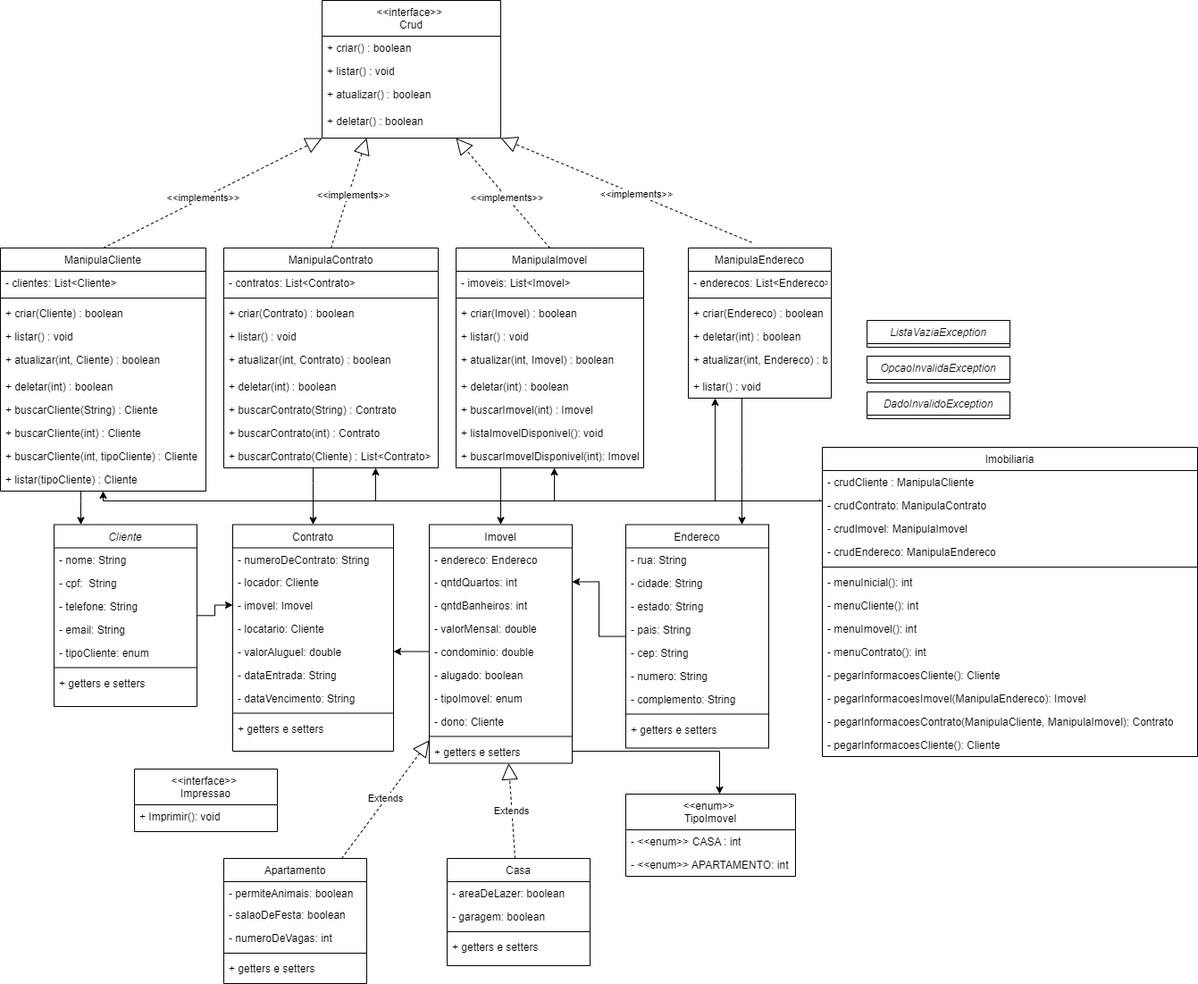
The draw.io diagram nosso-diagrama.drawio.png in uLinck/vemser-trabalho-final, before a commit. Source tidied: cells renumbered, new cells last; positions are measured from the earlier drawing's top-left corner, leaving out a move shared by most shapes.
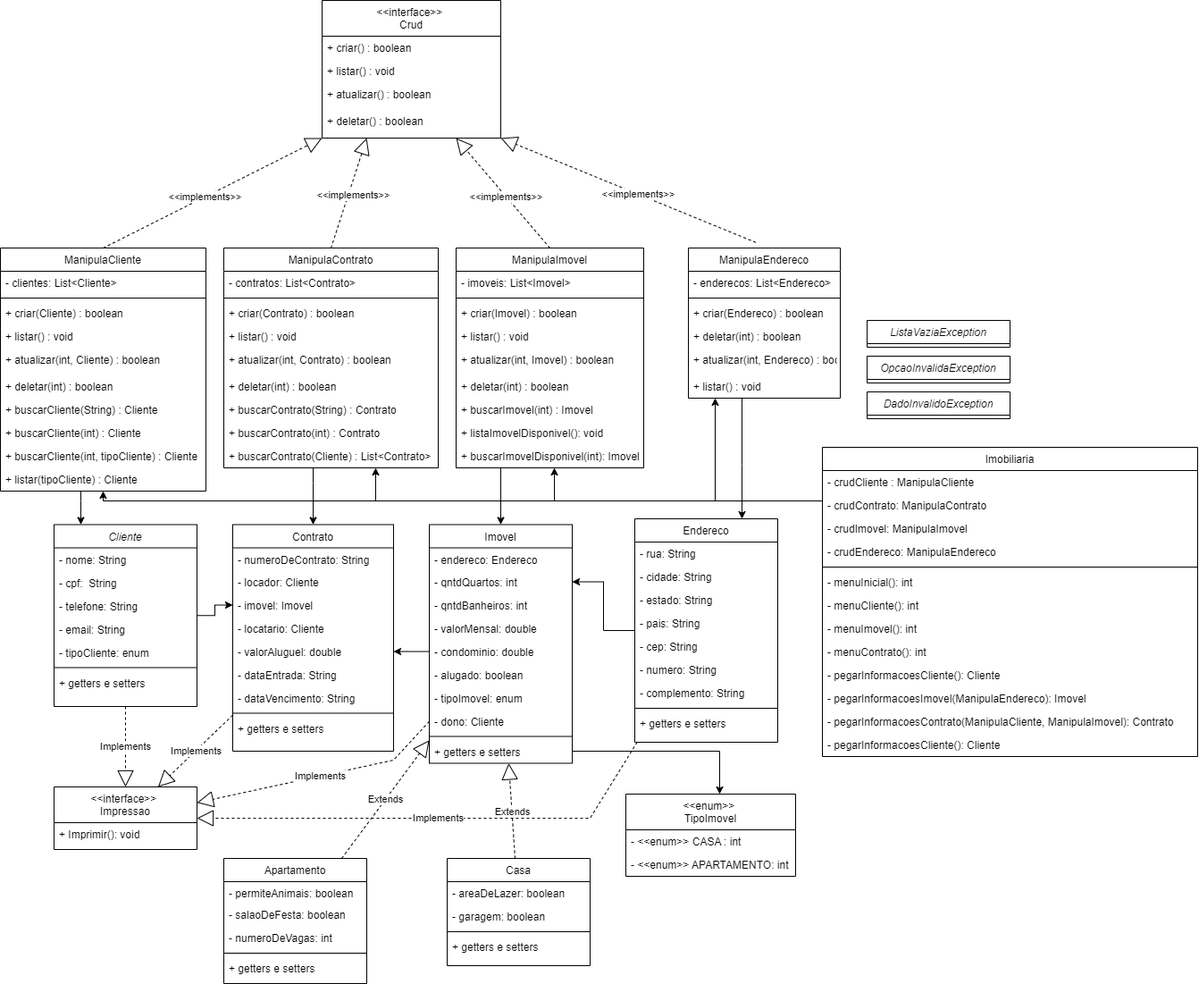
After the change.

Change to the diagram source:
```diff
@@ -33,7 +33,7 @@
       <mxGeometry relative="1" as="geometry" />
     </mxCell>
     <mxCell id="12" value="Endereco" style="swimlane;fontStyle=0;align=center;verticalAlign=top;horizontal=1;startSize=26;rounded=0;shadow=0;strokeWidth=1;" parent="1" vertex="1">
-      <mxGeometry x="700" y="586.5" width="160" height="250" as="geometry" />
+      <mxGeometry x="710" y="580" width="160" height="250" as="geometry" />
     </mxCell>
     <mxCell id="13" value="- rua: String" style="text;align=left;verticalAlign=top;spacingLeft=4;spacingRight=4;overflow=hidden;" parent="12" vertex="1">
       <mxGeometry y="26" width="160" height="26" as="geometry" />
@@ -172,7 +172,7 @@
       <mxGeometry y="215" width="180" height="26" as="geometry" />
     </mxCell>
     <mxCell id="57" value="&lt;&lt;interface&gt;&gt; &#10;Impressao" style="swimlane;fontStyle=0;align=center;verticalAlign=top;horizontal=1;startSize=40;rounded=0;shadow=0;strokeWidth=1;" parent="1" vertex="1">
-      <mxGeometry x="150" y="860" width="160" height="70" as="geometry" />
+      <mxGeometry x="60" y="880" width="160" height="70" as="geometry" />
     </mxCell>
     <mxCell id="58" value="+ Imprimir(): void" style="text;align=left;verticalAlign=top;spacingLeft=4;spacingRight=4;overflow=hidden;" parent="57" vertex="1">
       <mxGeometry y="40" width="160" height="26" as="geometry" />
@@ -246,25 +246,25 @@
       </mxGeometry>
     </mxCell>
     <mxCell id="80" value="ManipulaEndereco" style="swimlane;fontStyle=0;align=center;verticalAlign=top;horizontal=1;startSize=26;rounded=0;shadow=0;strokeWidth=1;" parent="1" vertex="1">
-      <mxGeometry x="770" y="277" width="160" height="168" as="geometry" />
+      <mxGeometry x="770" y="277" width="170" height="168" as="geometry" />
     </mxCell>
     <mxCell id="81" value="- enderecos: List&lt;Endereco&gt;" style="text;align=left;verticalAlign=top;spacingLeft=4;spacingRight=4;overflow=hidden;rounded=0;shadow=0;html=0;" parent="80" vertex="1">
-      <mxGeometry y="26" width="160" height="26" as="geometry" />
+      <mxGeometry y="26" width="170" height="26" as="geometry" />
     </mxCell>
     <mxCell id="82" style="line;html=1;strokeWidth=1;align=left;verticalAlign=middle;spacingTop=-1;spacingLeft=3;spacingRight=3;labelPosition=right;" parent="80" vertex="1">
-      <mxGeometry y="52" width="160" height="8" as="geometry" />
+      <mxGeometry y="52" width="170" height="8" as="geometry" />
     </mxCell>
     <mxCell id="83" value="+ criar(Endereco) : boolean" style="text;align=left;verticalAlign=top;spacingLeft=4;spacingRight=4;overflow=hidden;" parent="80" vertex="1">
-      <mxGeometry y="60" width="160" height="26" as="geometry" />
+      <mxGeometry y="60" width="170" height="26" as="geometry" />
     </mxCell>
     <mxCell id="84" value="+ deletar(int) : boolean" style="text;align=left;verticalAlign=top;spacingLeft=4;spacingRight=4;overflow=hidden;" parent="80" vertex="1">
-      <mxGeometry y="86" width="160" height="26" as="geometry" />
+      <mxGeometry y="86" width="170" height="26" as="geometry" />
     </mxCell>
     <mxCell id="85" value="+ atualizar(int, Endereco) : boolean" style="text;align=left;verticalAlign=top;spacingLeft=4;spacingRight=4;overflow=hidden;" parent="80" vertex="1">
-      <mxGeometry y="112" width="160" height="30" as="geometry" />
+      <mxGeometry y="112" width="170" height="30" as="geometry" />
     </mxCell>
     <mxCell id="86" value="+ listar() : void" style="text;align=left;verticalAlign=top;spacingLeft=4;spacingRight=4;overflow=hidden;" parent="80" vertex="1">
-      <mxGeometry y="142" width="160" height="26" as="geometry" />
+      <mxGeometry y="142" width="170" height="26" as="geometry" />
     </mxCell>
     <mxCell id="87" style="edgeStyle=orthogonalEdgeStyle;rounded=0;jettySize=auto;html=1;" parent="1" edge="1" source="88" target="3">
       <mxGeometry relative="1" as="geometry">
@@ -414,8 +414,9 @@
         </Array>
       </mxGeometry>
     </mxCell>
-    <mxCell id="129" style="edgeStyle=orthogonalEdgeStyle;rounded=0;jettySize=auto;html=1;exitX=-0.007;exitY=0.231;exitDx=0;exitDy=0;exitPerimeter=0;" parent="1" edge="1" source="66" target="111">
+    <mxCell id="129" style="edgeStyle=orthogonalEdgeStyle;rounded=0;jettySize=auto;html=1;" parent="1" edge="1" target="111">
       <mxGeometry relative="1" as="geometry">
+        <mxPoint x="917" y="560" as="sourcePoint" />
         <Array as="points">
           <mxPoint x="917" y="560" />
           <mxPoint x="420" y="560" />
@@ -446,5 +447,25 @@
     <mxCell id="134" value="ListaVaziaException" style="swimlane;fontStyle=2;align=center;verticalAlign=top;horizontal=1;startSize=26;rounded=0;shadow=0;strokeWidth=1;" parent="1" vertex="1">
       <mxGeometry x="970" y="358" width="160" height="30" as="geometry" />
     </mxCell>
+    <mxCell id="135" value="Implements" style="endArrow=block;endSize=16;endFill=0;html=1;rounded=0;dashed=1;" parent="1" edge="1" source="47" target="57">
+      <mxGeometry relative="1" as="geometry" />
+    </mxCell>
+    <mxCell id="136" value="Implements" style="endArrow=block;endSize=16;endFill=0;html=1;rounded=0;dashed=1;" parent="1" edge="1" source="34" target="57">
+      <mxGeometry relative="1" as="geometry">
+        <Array as="points">
+          <mxPoint x="440" y="850" />
+        </Array>
+      </mxGeometry>
+    </mxCell>
+    <mxCell id="137" value="Implements" style="endArrow=block;endSize=16;endFill=0;html=1;rounded=0;dashed=1;" parent="1" edge="1" source="12" target="57">
+      <mxGeometry relative="1" as="geometry">
+        <Array as="points">
+          <mxPoint x="660" y="915" />
+        </Array>
+      </mxGeometry>
+    </mxCell>
+    <mxCell id="138" value="Implements" style="endArrow=block;endSize=16;endFill=0;html=1;rounded=0;dashed=1;" parent="1" edge="1" source="3" target="57">
+      <mxGeometry relative="1" as="geometry" />
+    </mxCell>
   </root>
 </mxGraphModel>
```
